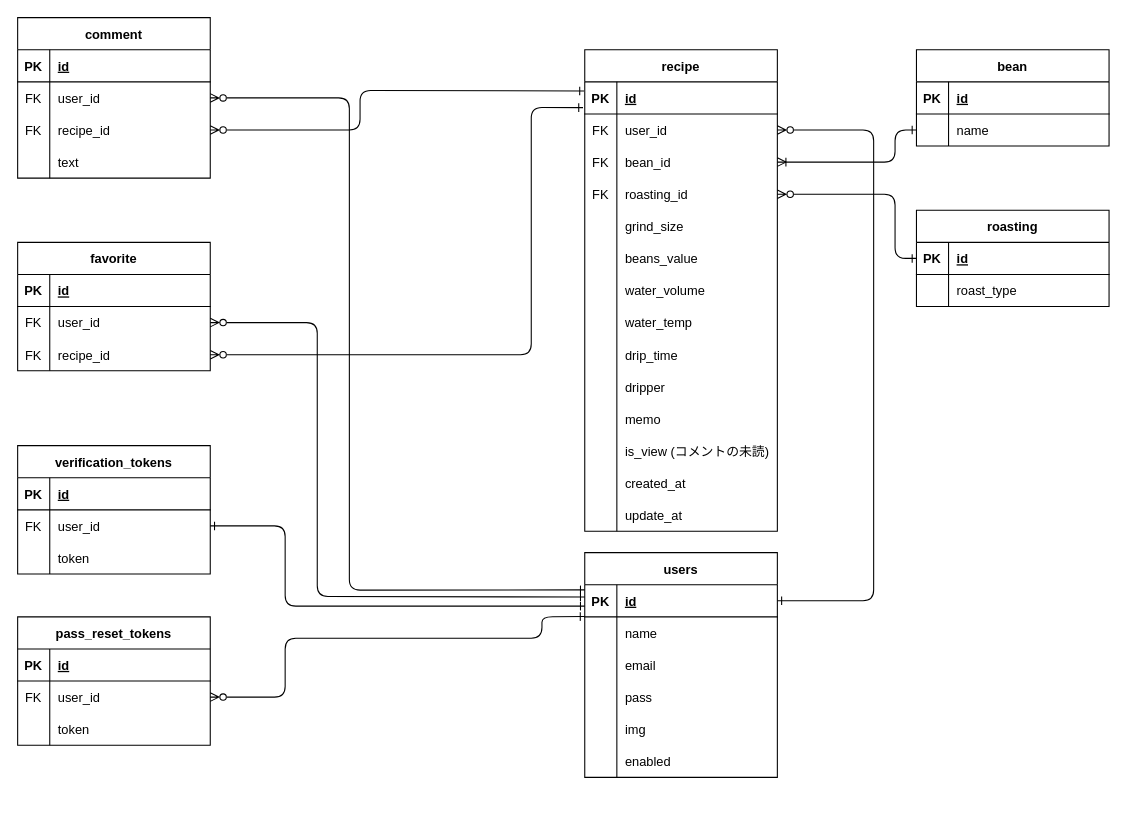
Above: ER.dio in sasa-0823/my_coffee (draw.io), before the change. Source tidied: cells renumbered, new cells numbered last; positions are measured from the earlier drawing's top-left corner, leaving out a move shared by most shapes. Both pictures are drawn from the tidied source at 107%, with x=0, y=0 at pixel (17, 17).
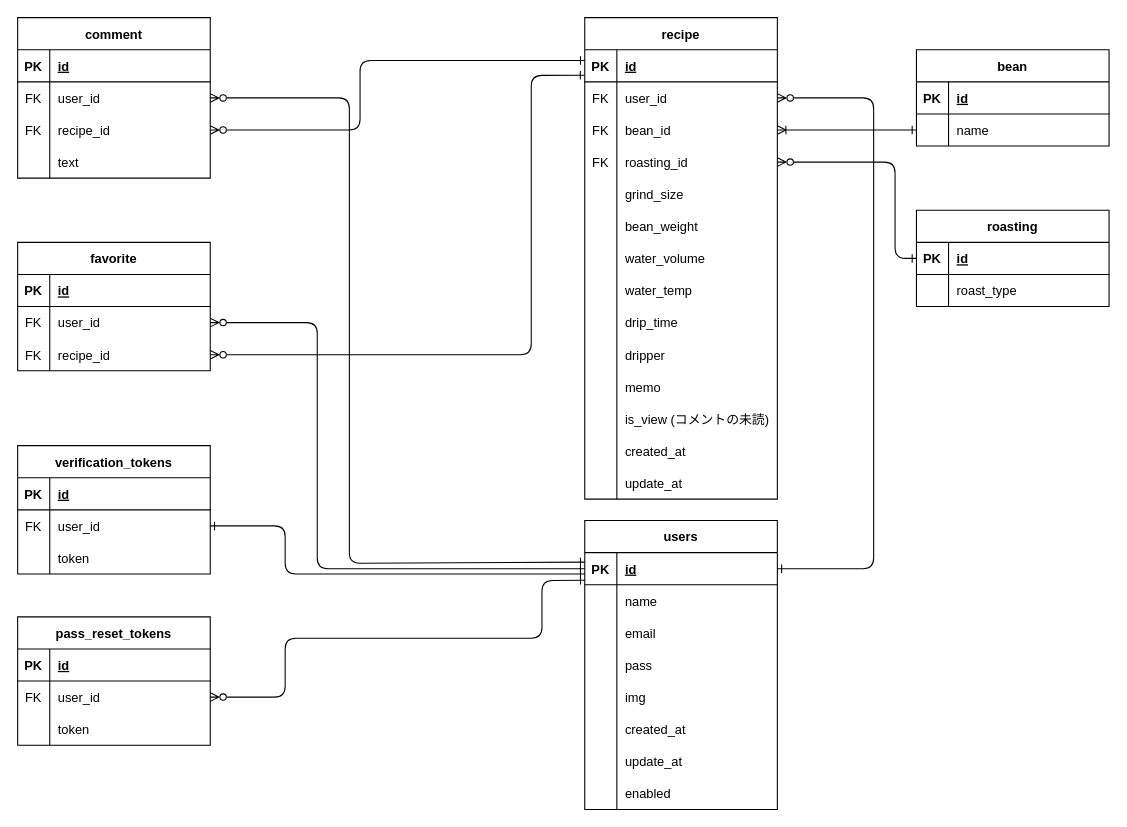
The same diagram, later.

Unchanged cells that the change refers to:
```xml
<mxCell id="3" style="shape=tableRow;horizontal=0;startSize=0;swimlaneHead=0;swimlaneBody=0;fillColor=none;points=[[0,0.5],[1,0.5]];portConstraint=eastwest;top=0;left=0;right=0;bottom=1;" parent="2" vertex="1">
  <mxGeometry y="30" width="180" height="30" as="geometry" />
</mxCell>
<mxCell id="6" style="shape=tableRow;horizontal=0;startSize=0;swimlaneHead=0;swimlaneBody=0;fillColor=none;points=[[0,0.5],[1,0.5]];portConstraint=eastwest;top=0;left=0;right=0;bottom=0;" parent="2" vertex="1">
  <mxGeometry y="60" width="180" height="30" as="geometry" />
</mxCell>
<mxCell id="9" style="shape=tableRow;horizontal=0;startSize=0;swimlaneHead=0;swimlaneBody=0;fillColor=none;points=[[0,0.5],[1,0.5]];portConstraint=eastwest;top=0;left=0;right=0;bottom=0;" parent="2" vertex="1">
  <mxGeometry y="90" width="180" height="30" as="geometry" />
</mxCell>
<mxCell id="12" style="shape=tableRow;horizontal=0;startSize=0;swimlaneHead=0;swimlaneBody=0;fillColor=none;points=[[0,0.5],[1,0.5]];portConstraint=eastwest;top=0;left=0;right=0;bottom=0;" parent="2" vertex="1">
  <mxGeometry y="120" width="180" height="30" as="geometry" />
</mxCell>
<mxCell id="18" style="shape=tableRow;horizontal=0;startSize=0;swimlaneHead=0;swimlaneBody=0;fillColor=none;top=0;left=0;right=0;bottom=0;" parent="2" vertex="1">
  <mxGeometry y="180" width="180" height="30" as="geometry" />
</mxCell>
<mxCell id="46" style="shape=tableRow;horizontal=0;startSize=0;swimlaneHead=0;swimlaneBody=0;fillColor=none;points=[[0,0.5],[1,0.5]];portConstraint=eastwest;top=0;left=0;right=0;bottom=1;" parent="45" vertex="1">
  <mxGeometry y="30" width="180" height="30" as="geometry" />
</mxCell>
<mxCell id="49" style="shape=tableRow;horizontal=0;startSize=0;swimlaneHead=0;swimlaneBody=0;fillColor=none;points=[[0,0.5],[1,0.5]];portConstraint=eastwest;top=0;left=0;right=0;bottom=0;" parent="45" vertex="1">
  <mxGeometry y="60" width="180" height="30" as="geometry" />
</mxCell>
<mxCell id="61" style="shape=tableRow;horizontal=0;startSize=0;swimlaneHead=0;swimlaneBody=0;fillColor=none;top=0;left=0;right=0;bottom=0;" parent="45" vertex="1">
  <mxGeometry y="180" width="180" height="30" as="geometry" />
</mxCell>
<mxCell id="68" style="shape=tableRow;horizontal=0;startSize=0;swimlaneHead=0;swimlaneBody=0;fillColor=none;points=[[0,0.5],[1,0.5]];portConstraint=eastwest;top=0;left=0;right=0;bottom=0;" parent="64" vertex="1">
  <mxGeometry y="60" width="180" height="30" as="geometry" />
</mxCell>
<mxCell id="78" style="shape=tableRow;horizontal=0;startSize=0;swimlaneHead=0;swimlaneBody=0;fillColor=none;points=[[0,0.5],[1,0.5]];portConstraint=eastwest;top=0;left=0;right=0;bottom=0;" parent="74" vertex="1">
  <mxGeometry y="60" width="180" height="30" as="geometry" />
</mxCell>
<mxCell id="89" style="shape=tableRow;horizontal=0;startSize=0;swimlaneHead=0;swimlaneBody=0;fillColor=none;points=[[0,0.5],[1,0.5]];portConstraint=eastwest;top=0;left=0;right=0;bottom=0;" parent="85" vertex="1">
  <mxGeometry y="60" width="180" height="30" as="geometry" />
</mxCell>
<mxCell id="92" style="shape=tableRow;horizontal=0;startSize=0;swimlaneHead=0;swimlaneBody=0;fillColor=none;points=[[0,0.5],[1,0.5]];portConstraint=eastwest;top=0;left=0;right=0;bottom=0;" parent="85" vertex="1">
  <mxGeometry y="90" width="180" height="30" as="geometry" />
</mxCell>
<mxCell id="99" style="shape=tableRow;horizontal=0;startSize=0;swimlaneHead=0;swimlaneBody=0;fillColor=none;points=[[0,0.5],[1,0.5]];portConstraint=eastwest;top=0;left=0;right=0;bottom=0;" parent="95" vertex="1">
  <mxGeometry y="60" width="180" height="30" as="geometry" />
</mxCell>
<mxCell id="102" style="shape=tableRow;horizontal=0;startSize=0;swimlaneHead=0;swimlaneBody=0;fillColor=none;points=[[0,0.5],[1,0.5]];portConstraint=eastwest;top=0;left=0;right=0;bottom=0;" parent="95" vertex="1">
  <mxGeometry y="90" width="180" height="30" as="geometry" />
</mxCell>
<mxCell id="118" style="shape=tableRow;horizontal=0;startSize=0;swimlaneHead=0;swimlaneBody=0;fillColor=none;points=[[0,0.5],[1,0.5]];portConstraint=eastwest;top=0;left=0;right=0;bottom=0;" parent="114" vertex="1">
  <mxGeometry y="60" width="180" height="30" as="geometry" />
</mxCell>
<mxCell id="123" style="shape=tableRow;horizontal=0;startSize=0;swimlaneHead=0;swimlaneBody=0;fillColor=none;points=[[0,0.5],[1,0.5]];portConstraint=eastwest;top=0;left=0;right=0;bottom=1;" parent="122" vertex="1">
  <mxGeometry y="30" width="180" height="30" as="geometry" />
</mxCell>
```

The edit, as a diff of the source:
```diff
@@
     <mxCell id="2" value="recipe" style="shape=table;startSize=30;childLayout=tableLayout;rowLines=0;fontStyle=1;align=center;" parent="1" vertex="1">
-      <mxGeometry x="530" y="30" width="180" height="450" as="geometry" />
+      <mxGeometry x="530" width="180" height="450" as="geometry" />
     </mxCell>
@@
-    <mxCell id="20" value="beans_value" style="shape=partialRectangle;fillColor=none;top=0;left=0;bottom=0;right=0;align=left;spacingLeft=6;overflow=hidden;" parent="18" vertex="1">
+    <mxCell id="20" value="bean_weight" style="shape=partialRectangle;fillColor=none;top=0;left=0;bottom=0;right=0;align=left;spacingLeft=6;overflow=hidden;" parent="18" vertex="1">
       <mxGeometry x="30" width="150" height="30" as="geometry" />
     </mxCell>
@@
     <mxCell id="45" value="users" style="shape=table;startSize=30;childLayout=tableLayout;rowLines=0;fontStyle=1;align=center;" parent="1" vertex="1">
-      <mxGeometry x="530" y="500" width="180" height="210" as="geometry" />
+      <mxGeometry x="530" y="470" width="180" height="270" as="geometry" />
     </mxCell>
@@
-    <mxCell id="63" value="enabled" style="shape=partialRectangle;fillColor=none;top=0;left=0;bottom=0;right=0;align=left;spacingLeft=6;overflow=hidden;" parent="61" vertex="1">
+    <mxCell id="63" value="created_at" style="shape=partialRectangle;fillColor=none;top=0;left=0;bottom=0;right=0;align=left;spacingLeft=6;overflow=hidden;" parent="61" vertex="1">
       <mxGeometry x="30" width="150" height="30" as="geometry" />
     </mxCell>
+    <mxCell id="130" style="shape=tableRow;horizontal=0;startSize=0;swimlaneHead=0;swimlaneBody=0;fillColor=none;top=0;left=0;right=0;bottom=0;" parent="45" vertex="1">
+      <mxGeometry y="210" width="180" height="30" as="geometry" />
+    </mxCell>
+    <mxCell id="131" style="shape=partialRectangle;fillColor=none;top=0;left=0;bottom=0;right=0;overflow=hidden;" parent="130" vertex="1">
+      <mxGeometry width="30" height="30" as="geometry" />
+    </mxCell>
+    <mxCell id="132" value="update_at" style="shape=partialRectangle;fillColor=none;top=0;left=0;bottom=0;right=0;align=left;spacingLeft=6;overflow=hidden;" parent="130" vertex="1">
+      <mxGeometry x="30" width="150" height="30" as="geometry" />
+    </mxCell>
+    <mxCell id="133" style="shape=tableRow;horizontal=0;startSize=0;swimlaneHead=0;swimlaneBody=0;fillColor=none;top=0;left=0;right=0;bottom=0;" parent="45" vertex="1">
+      <mxGeometry y="240" width="180" height="30" as="geometry" />
+    </mxCell>
+    <mxCell id="134" style="shape=partialRectangle;fillColor=none;top=0;left=0;bottom=0;right=0;overflow=hidden;" parent="133" vertex="1">
+      <mxGeometry width="30" height="30" as="geometry" />
+    </mxCell>
+    <mxCell id="135" value="enabled" style="shape=partialRectangle;fillColor=none;top=0;left=0;bottom=0;right=0;align=left;spacingLeft=6;overflow=hidden;" parent="133" vertex="1">
+      <mxGeometry x="30" width="150" height="30" as="geometry" />
+    </mxCell>
@@
-    <mxCell id="84" style="edgeStyle=none;html=1;exitX=1;exitY=0.5;exitDx=0;exitDy=0;entryX=0;entryY=0.381;entryDx=0;entryDy=0;entryPerimeter=0;endArrow=ERone;endFill=0;startArrow=ERzeroToMany;startFill=0;" parent="1" edge="1" source="89" target="46">
+    <mxCell id="84" style="edgeStyle=none;html=1;exitX=1;exitY=0.5;exitDx=0;exitDy=0;entryX=0;entryY=0.5;entryDx=0;entryDy=0;endArrow=ERone;endFill=0;startArrow=ERzeroToMany;startFill=0;" parent="1" edge="1" source="89" target="46">
       <mxGeometry relative="1" as="geometry">
         <Array as="points">
           <mxPoint x="280" y="285" />
-          <mxPoint x="280" y="541" />
+          <mxPoint x="280" y="515" />
         </Array>
       </mxGeometry>
     </mxCell>
@@
-    <mxCell id="108" style="edgeStyle=none;html=1;entryX=0;entryY=0.159;entryDx=0;entryDy=0;exitX=1;exitY=0.5;exitDx=0;exitDy=0;entryPerimeter=0;endArrow=ERone;endFill=0;startArrow=ERzeroToMany;startFill=0;" parent="1" edge="1" source="99" target="46">
+    <mxCell id="108" style="edgeStyle=none;html=1;entryX=0;entryY=0.295;entryDx=0;entryDy=0;exitX=1;exitY=0.5;exitDx=0;exitDy=0;entryPerimeter=0;endArrow=ERone;endFill=0;startArrow=ERzeroToMany;startFill=0;" parent="1" edge="1" source="99" target="46">
       <mxGeometry relative="1" as="geometry">
         <Array as="points">
           <mxPoint x="310" y="75" />
-          <mxPoint x="310" y="535" />
+          <mxPoint x="310" y="510" />
         </Array>
       </mxGeometry>
     </mxCell>
     <mxCell id="109" style="edgeStyle=none;html=1;exitX=1;exitY=0.5;exitDx=0;exitDy=0;startArrow=ERone;startFill=0;endArrow=ERone;endFill=0;" parent="1" edge="1" source="68">
       <mxGeometry relative="1" as="geometry">
-        <mxPoint x="530" y="550" as="targetPoint" />
+        <mxPoint x="530" y="520" as="targetPoint" />
         <Array as="points">
           <mxPoint x="250" y="475" />
-          <mxPoint x="250" y="550" />
+          <mxPoint x="250" y="520" />
         </Array>
       </mxGeometry>
     </mxCell>
-    <mxCell id="110" style="edgeStyle=none;html=1;exitX=1;exitY=0.5;exitDx=0;exitDy=0;entryX=-0.001;entryY=-0.009;entryDx=0;entryDy=0;entryPerimeter=0;endArrow=ERone;endFill=0;startArrow=ERzeroToMany;startFill=0;" parent="1" edge="1" source="78" target="49">
+    <mxCell id="110" style="edgeStyle=none;html=1;exitX=1;exitY=0.5;exitDx=0;exitDy=0;entryX=0;entryY=0.861;entryDx=0;entryDy=0;entryPerimeter=0;endArrow=ERone;endFill=0;startArrow=ERzeroToMany;startFill=0;" parent="1" edge="1" source="78" target="46">
       <mxGeometry relative="1" as="geometry">
         <Array as="points">
           <mxPoint x="250" y="635" />
           <mxPoint x="250" y="580" />
           <mxPoint x="490" y="580" />
-          <mxPoint x="490" y="560" />
+          <mxPoint x="490" y="526" />
         </Array>
       </mxGeometry>
     </mxCell>
-    <mxCell id="111" style="edgeStyle=none;html=1;entryX=-0.009;entryY=0.802;entryDx=0;entryDy=0;exitX=1;exitY=0.5;exitDx=0;exitDy=0;endArrow=ERone;endFill=0;startArrow=ERzeroToMany;startFill=0;entryPerimeter=0;" parent="1" edge="1" source="92" target="3">
+    <mxCell id="111" style="edgeStyle=none;html=1;entryX=-0.001;entryY=0.795;entryDx=0;entryDy=0;exitX=1;exitY=0.5;exitDx=0;exitDy=0;endArrow=ERone;endFill=0;startArrow=ERzeroToMany;startFill=0;entryPerimeter=0;" parent="1" edge="1" source="92" target="3">
       <mxGeometry relative="1" as="geometry">
         <Array as="points">
           <mxPoint x="480" y="315" />
-          <mxPoint x="480" y="84" />
+          <mxPoint x="480" y="54" />
         </Array>
       </mxGeometry>
     </mxCell>
-    <mxCell id="112" style="edgeStyle=none;html=1;exitX=1;exitY=0.5;exitDx=0;exitDy=0;endArrow=ERone;endFill=0;startArrow=ERzeroToMany;startFill=0;entryX=-0.004;entryY=0.283;entryDx=0;entryDy=0;entryPerimeter=0;" parent="1" edge="1" source="102" target="3">
+    <mxCell id="112" style="edgeStyle=none;html=1;exitX=1;exitY=0.5;exitDx=0;exitDy=0;endArrow=ERone;endFill=0;startArrow=ERzeroToMany;startFill=0;" parent="1" edge="1" source="102">
       <mxGeometry relative="1" as="geometry">
+        <mxPoint x="530" y="40" as="targetPoint" />
         <Array as="points">
           <mxPoint x="320" y="105" />
-          <mxPoint x="320" y="68" />
+          <mxPoint x="320" y="40" />
         </Array>
       </mxGeometry>
     </mxCell>
     <mxCell id="113" style="edgeStyle=none;html=1;exitX=1;exitY=0.5;exitDx=0;exitDy=0;entryX=1;entryY=0.5;entryDx=0;entryDy=0;startArrow=ERzeroToMany;startFill=0;endArrow=ERone;endFill=0;" parent="1" edge="1" source="6" target="46">
       <mxGeometry relative="1" as="geometry">
         <Array as="points">
-          <mxPoint x="800" y="105" />
-          <mxPoint x="800" y="545" />
+          <mxPoint x="800" y="75" />
+          <mxPoint x="800" y="515" />
         </Array>
       </mxGeometry>
     </mxCell>
@@
-    <mxCell id="121" style="edgeStyle=none;html=1;entryX=0;entryY=0.5;entryDx=0;entryDy=0;startArrow=ERoneToMany;startFill=0;endArrow=ERone;endFill=0;" parent="1" edge="1" source="9" target="118">
-      <mxGeometry relative="1" as="geometry">
-        <Array as="points">
-          <mxPoint x="820" y="135" />
-          <mxPoint x="820" y="105" />
-        </Array>
-      </mxGeometry>
+    <mxCell id="121" style="edgeStyle=none;html=1;entryX=0;entryY=0.5;entryDx=0;entryDy=0;startArrow=ERoneToMany;startFill=0;endArrow=ERone;endFill=0;exitX=1;exitY=0.5;exitDx=0;exitDy=0;" parent="1" edge="1" source="9" target="118">
+      <mxGeometry relative="1" as="geometry" />
     </mxCell>
@@
     <mxCell id="129" style="edgeStyle=none;html=1;entryX=1;entryY=0.5;entryDx=0;entryDy=0;exitX=0;exitY=0.5;exitDx=0;exitDy=0;endArrow=ERzeroToMany;endFill=0;startArrow=ERone;startFill=0;" parent="1" edge="1" source="123" target="12">
       <mxGeometry relative="1" as="geometry">
         <Array as="points">
           <mxPoint x="820" y="225" />
-          <mxPoint x="820" y="165" />
+          <mxPoint x="820" y="135" />
         </Array>
       </mxGeometry>
     </mxCell>
```
